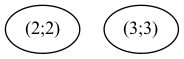
This is 5/output/graph.dot.png from IvanMurzin/Informatics, a Graphviz export, as it was before one commit. Its source is kept beside it as 5/output/graph.dot.
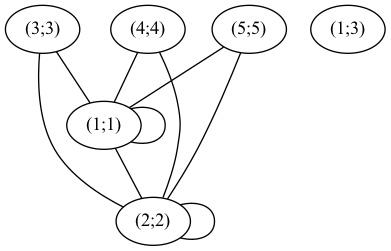
Later version of the same file.

Diff of the diagram source:
```diff
@@ -1,4 +1,18 @@
 strict graph {
+ "(1;1)";
+ "(1;1)" -- "(1;1)";
+ "(1;1)" -- "(2;2)";
  "(2;2)";
+ "(2;2)" -- "(1;1)";
+ "(2;2)" -- "(2;2)";
  "(3;3)";
+ "(3;3)" -- "(1;1)";
+ "(3;3)" -- "(2;2)";
+ "(4;4)";
+ "(4;4)" -- "(1;1)";
+ "(4;4)" -- "(2;2)";
+ "(5;5)";
+ "(5;5)" -- "(1;1)";
+ "(5;5)" -- "(2;2)";
+ "(1;3)";
 }
```
